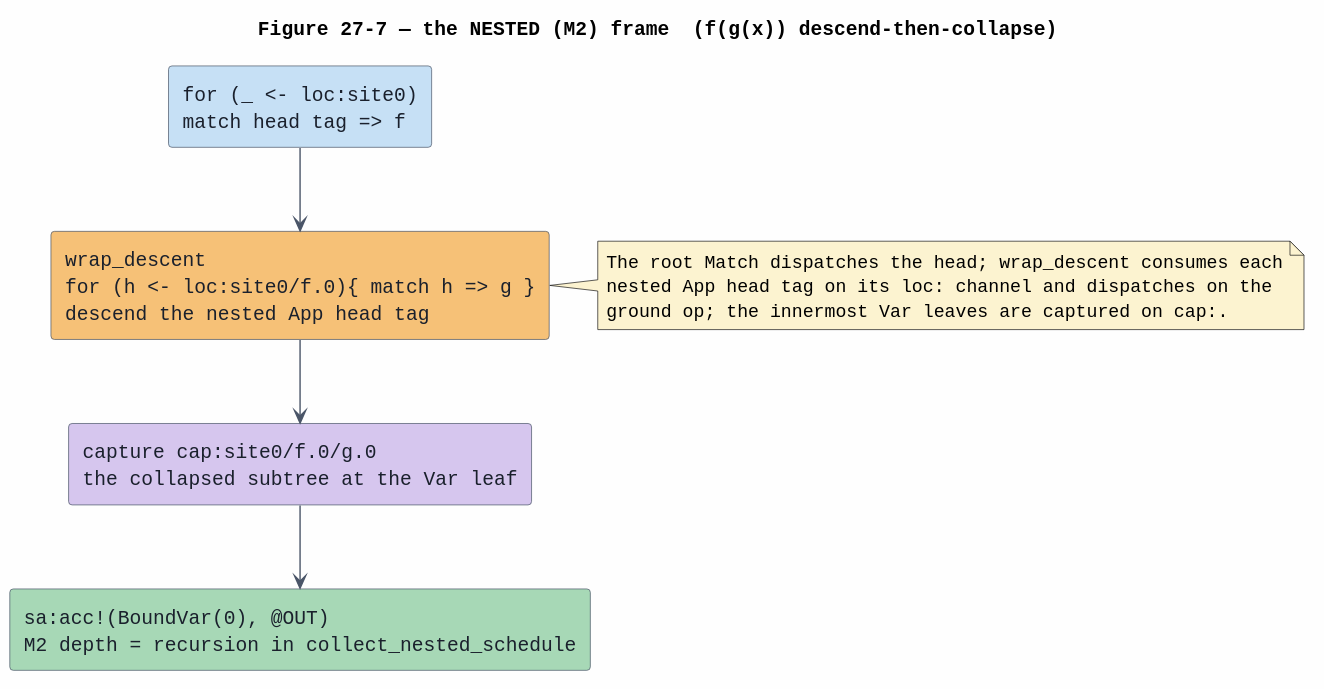
The PlantUML diagram docs/architecture/rho-native-integration/figures/27-nested-frame.svg in F1R3FLY-io/mettail-rust, before a commit. Its diagram source:
```plantuml
@startuml
skinparam backgroundColor #FEFEFE
skinparam defaultFontName monospaced
skinparam shadowing false
skinparam rectangle {
  BorderColor #4A5568
  FontColor #1A202C
}
skinparam ArrowColor #4A5568
top to bottom direction

title Figure 27-7 — the NESTED (M2) frame  (f(g(x)) descend-then-collapse)

rectangle "for (_ <- loc:site0)\nmatch head tag => f" as ROOT #C6E0F5
rectangle "wrap_descent\nfor (h <- loc:site0/f.0){ match h => g }\ndescend the nested App head tag" as DESC #F6C177
rectangle "capture cap:site0/f.0/g.0\nthe collapsed subtree at the Var leaf" as CAP #D6C6EE
rectangle "sa:acc!(BoundVar(0), @OUT)\nM2 depth = recursion in collect_nested_schedule" as ACC #A7D8B6

ROOT --> DESC
DESC --> CAP
CAP --> ACC

note right of DESC #FCF3D0
  The root Match dispatches the head; wrap_descent consumes each
  nested App head tag on its loc: channel and dispatches on the
  ground op; the innermost Var leaves are captured on cap:.
end note
@enduml
```
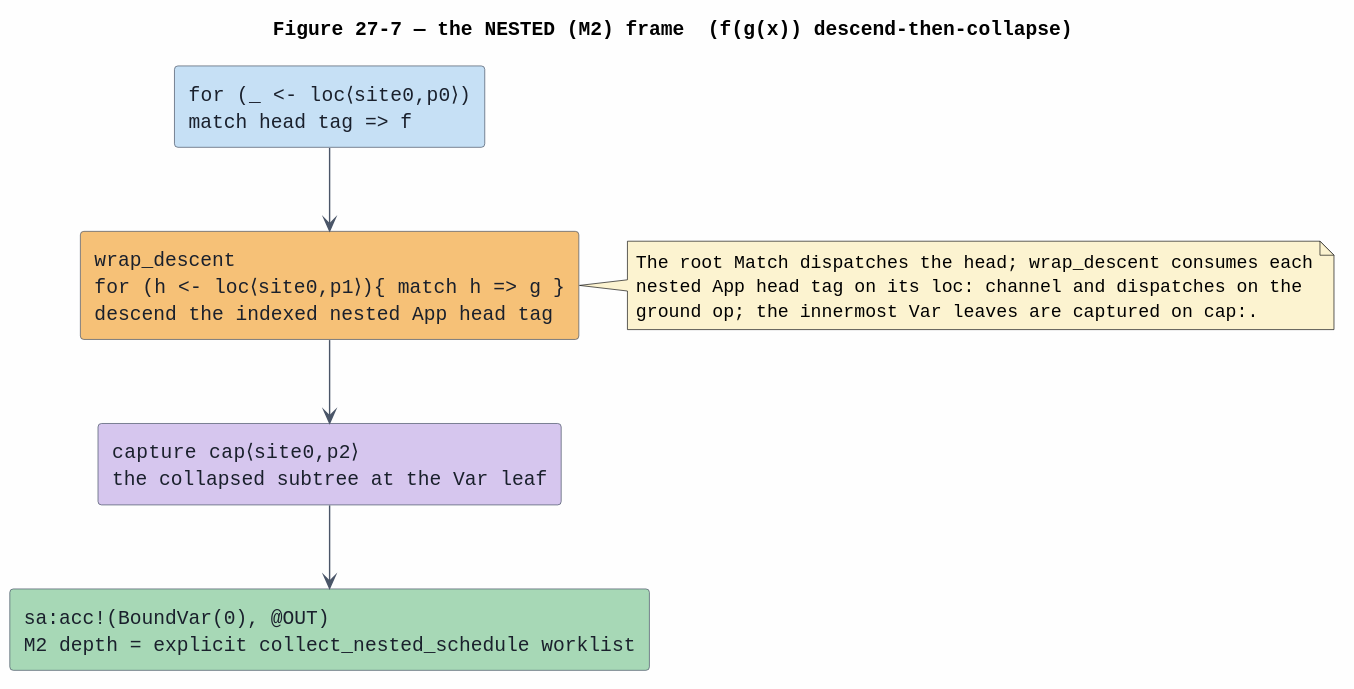
The same file after the commit.

Change to the diagram source:
```diff
@@ -11,10 +11,10 @@
 
 title Figure 27-7 — the NESTED (M2) frame  (f(g(x)) descend-then-collapse)
 
-rectangle "for (_ <- loc:site0)\nmatch head tag => f" as ROOT #C6E0F5
-rectangle "wrap_descent\nfor (h <- loc:site0/f.0){ match h => g }\ndescend the nested App head tag" as DESC #F6C177
-rectangle "capture cap:site0/f.0/g.0\nthe collapsed subtree at the Var leaf" as CAP #D6C6EE
-rectangle "sa:acc!(BoundVar(0), @OUT)\nM2 depth = recursion in collect_nested_schedule" as ACC #A7D8B6
+rectangle "for (_ <- loc⟨site0,p0⟩)\nmatch head tag => f" as ROOT #C6E0F5
+rectangle "wrap_descent\nfor (h <- loc⟨site0,p1⟩){ match h => g }\ndescend the indexed nested App head tag" as DESC #F6C177
+rectangle "capture cap⟨site0,p2⟩\nthe collapsed subtree at the Var leaf" as CAP #D6C6EE
+rectangle "sa:acc!(BoundVar(0), @OUT)\nM2 depth = explicit collect_nested_schedule worklist" as ACC #A7D8B6
 
 ROOT --> DESC
 DESC --> CAP
```
